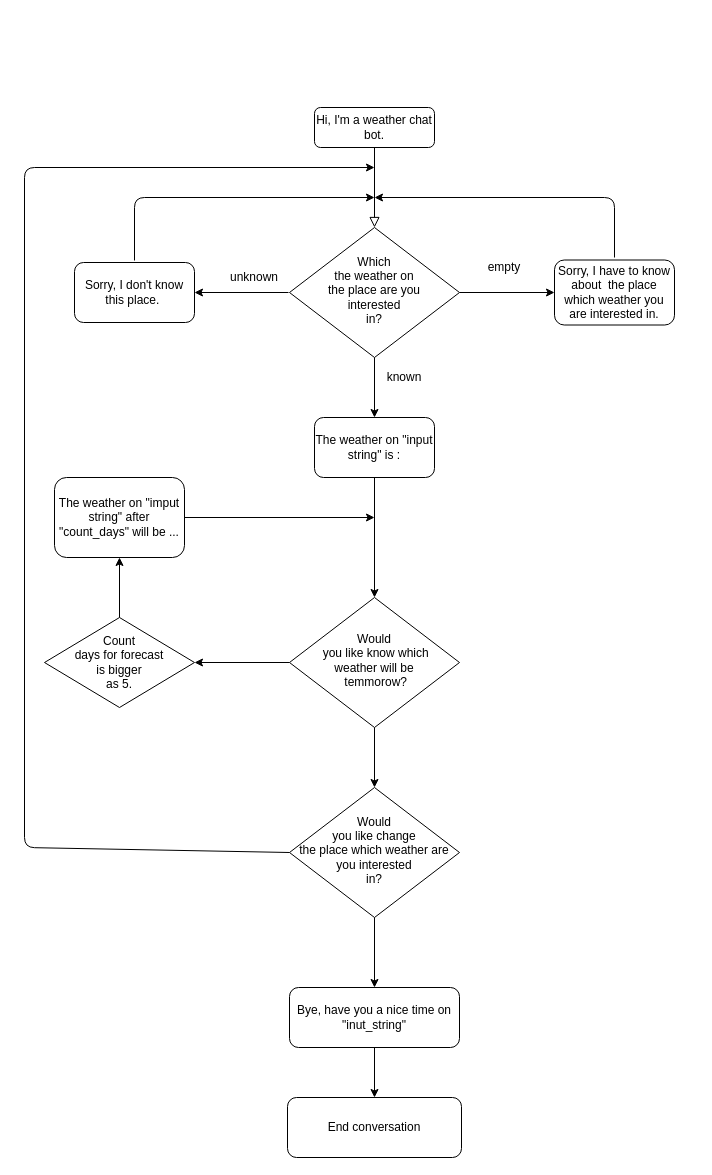
Above: flow_diagram.drawio in MikaFilip/facebook-bot (draw.io), before the change. Source tidied: cells renumbered, new cells numbered last; positions are measured from the earlier drawing's top-left corner, leaving out a move shared by most shapes. Both pictures are drawn from the tidied source at 100%, with x=0, y=0 at pixel (24, 107).
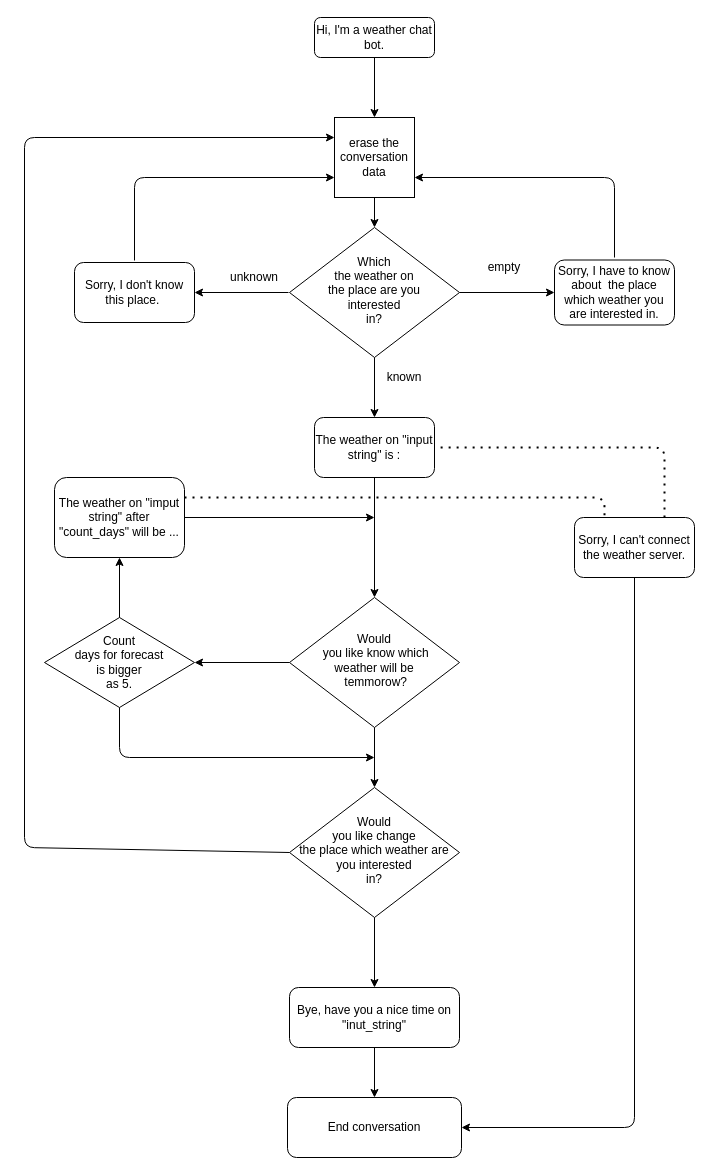
The same diagram, later.

The change refers to these unchanged cells:
```xml
<mxCell id="4" value="Which &lt;br&gt;the weather on &lt;br&gt;the place are you &lt;br&gt;interested &lt;br&gt;in?" style="rhombus;whiteSpace=wrap;html=1;shadow=0;fontFamily=Helvetica;fontSize=12;align=center;strokeWidth=1;spacing=6;spacingTop=-4;" parent="1" vertex="1">
  <mxGeometry x="265" y="120" width="170" height="130" as="geometry" />
</mxCell>
<mxCell id="14" value="The weather on &quot;input string&quot; is :" style="rounded=1;whiteSpace=wrap;html=1;" parent="1" vertex="1">
  <mxGeometry x="290" y="310" width="120" height="60" as="geometry" />
</mxCell>
<mxCell id="18" value="The weather on &quot;imput string&quot; after&lt;br&gt;&quot;count_days&quot; will be ..." style="rounded=1;whiteSpace=wrap;html=1;" parent="1" vertex="1">
  <mxGeometry x="30" y="370" width="130" height="80" as="geometry" />
</mxCell>
<mxCell id="20" value="Count &lt;br&gt;days for forecast &lt;br&gt;is bigger &lt;br&gt;as 5." style="rhombus;whiteSpace=wrap;html=1;" parent="1" vertex="1">
  <mxGeometry x="20" y="510" width="150" height="90" as="geometry" />
</mxCell>
<mxCell id="23" value="Would &lt;br&gt;you like change &lt;br&gt;the place which weather are you interested &lt;br&gt;in?" style="rhombus;whiteSpace=wrap;html=1;shadow=0;fontFamily=Helvetica;fontSize=12;align=center;strokeWidth=1;spacing=6;spacingTop=-4;" parent="1" vertex="1">
  <mxGeometry x="265" y="680" width="170" height="130" as="geometry" />
</mxCell>
<mxCell id="28" value="End conversation" style="rounded=1;whiteSpace=wrap;html=1;" parent="1" vertex="1">
  <mxGeometry x="263" y="990" width="174" height="60" as="geometry" />
</mxCell>
```

What changed in the source:
```diff
@@
-    <mxCell id="2" style="rounded=0;html=1;jettySize=auto;fontSize=11;endArrow=block;endFill=0;endSize=8;strokeWidth=1;shadow=0;labelBackgroundColor=none;edgeStyle=orthogonalEdgeStyle;" parent="1" edge="1" source="3" target="4">
-      <mxGeometry relative="1" as="geometry" />
-    </mxCell>
     <mxCell id="3" value="Hi, I'm a weather chat bot." style="rounded=1;whiteSpace=wrap;html=1;fontSize=12;glass=0;strokeWidth=1;shadow=0;" parent="1" vertex="1">
-      <mxGeometry x="290" width="120" height="40" as="geometry" />
+      <mxGeometry x="290" y="-90" width="120" height="40" as="geometry" />
     </mxCell>
@@
-    <mxCell id="8" style="endArrow=classic;html=1;" parent="1" edge="1">
+    <mxCell id="8" style="endArrow=classic;html=1;entryX=1;entryY=0.75;entryDx=0;entryDy=0;" parent="1" edge="1" target="36">
       <mxGeometry relative="1" as="geometry">
         <mxPoint x="590" y="150" as="sourcePoint" />
-        <mxPoint x="350" y="90" as="targetPoint" />
         <Array as="points">
-          <mxPoint x="590" y="90" />
+          <mxPoint x="590" y="70" />
         </Array>
       </mxGeometry>
     </mxCell>
@@
-    <mxCell id="11" style="endArrow=classic;html=1;" parent="1" edge="1">
+    <mxCell id="11" style="endArrow=classic;html=1;entryX=0;entryY=0.75;entryDx=0;entryDy=0;" parent="1" edge="1" target="36">
       <mxGeometry relative="1" as="geometry">
         <mxPoint x="110" y="153" as="sourcePoint" />
-        <mxPoint x="350" y="90" as="targetPoint" />
         <Array as="points">
-          <mxPoint x="110" y="90" />
+          <mxPoint x="110" y="70" />
         </Array>
       </mxGeometry>
     </mxCell>
@@
-    <mxCell id="25" style="endArrow=classic;html=1;exitX=0;exitY=0.5;exitDx=0;exitDy=0;" parent="1" edge="1" source="23">
-      <mxGeometry relative="1" as="geometry">
-        <mxPoint x="350" y="60" as="targetPoint" />
-        <Array as="points">
-          <mxPoint y="740" />
-          <mxPoint y="60" />
-        </Array>
-      </mxGeometry>
-    </mxCell>
@@
+    <mxCell id="30" style="endArrow=classic;html=1;exitX=0.5;exitY=1;exitDx=0;exitDy=0;" parent="1" edge="1" source="20">
+      <mxGeometry relative="1" as="geometry">
+        <mxPoint x="350" y="650" as="targetPoint" />
+        <Array as="points">
+          <mxPoint x="95" y="650" />
+        </Array>
+      </mxGeometry>
+    </mxCell>
+    <mxCell id="31" value="Sorry, I can't connect the weather server." style="rounded=1;whiteSpace=wrap;html=1;" parent="1" vertex="1">
+      <mxGeometry x="550" y="410" width="120" height="60" as="geometry" />
+    </mxCell>
+    <mxCell id="32" style="endArrow=none;dashed=1;html=1;dashPattern=1 3;strokeWidth=2;exitX=0.75;exitY=0;exitDx=0;exitDy=0;entryX=1;entryY=0.5;entryDx=0;entryDy=0;" parent="1" edge="1" source="31" target="14">
+      <mxGeometry relative="1" as="geometry">
+        <Array as="points">
+          <mxPoint x="640" y="340" />
+        </Array>
+      </mxGeometry>
+    </mxCell>
+    <mxCell id="33" style="endArrow=none;dashed=1;html=1;dashPattern=1 3;strokeWidth=2;exitX=1;exitY=0.25;exitDx=0;exitDy=0;entryX=0.25;entryY=0;entryDx=0;entryDy=0;" parent="1" edge="1" source="18" target="31">
+      <mxGeometry relative="1" as="geometry">
+        <Array as="points">
+          <mxPoint x="580" y="390" />
+        </Array>
+      </mxGeometry>
+    </mxCell>
+    <mxCell id="34" style="endArrow=classic;html=1;exitX=0.5;exitY=1;exitDx=0;exitDy=0;entryX=1;entryY=0.5;entryDx=0;entryDy=0;" parent="1" edge="1" source="31" target="28">
+      <mxGeometry relative="1" as="geometry">
+        <Array as="points">
+          <mxPoint x="610" y="1020" />
+        </Array>
+      </mxGeometry>
+    </mxCell>
+    <mxCell id="35" style="endArrow=classic;html=1;exitX=0;exitY=0.5;exitDx=0;exitDy=0;entryX=0;entryY=0.25;entryDx=0;entryDy=0;" parent="1" edge="1" source="23" target="36">
+      <mxGeometry relative="1" as="geometry">
+        <Array as="points">
+          <mxPoint y="740" />
+          <mxPoint y="30" />
+        </Array>
+      </mxGeometry>
+    </mxCell>
+    <mxCell id="36" value="erase the conversation data" style="whiteSpace=wrap;html=1;" parent="1" vertex="1">
+      <mxGeometry x="310" y="10" width="80" height="80" as="geometry" />
+    </mxCell>
+    <mxCell id="37" style="endArrow=classic;html=1;exitX=0.5;exitY=1;exitDx=0;exitDy=0;entryX=0.5;entryY=0;entryDx=0;entryDy=0;" parent="1" edge="1" source="36" target="4">
+      <mxGeometry relative="1" as="geometry" />
+    </mxCell>
+    <mxCell id="38" style="endArrow=classic;html=1;entryX=0.5;entryY=0;entryDx=0;entryDy=0;" parent="1" edge="1" source="3" target="36">
+      <mxGeometry relative="1" as="geometry" />
+    </mxCell>
```
